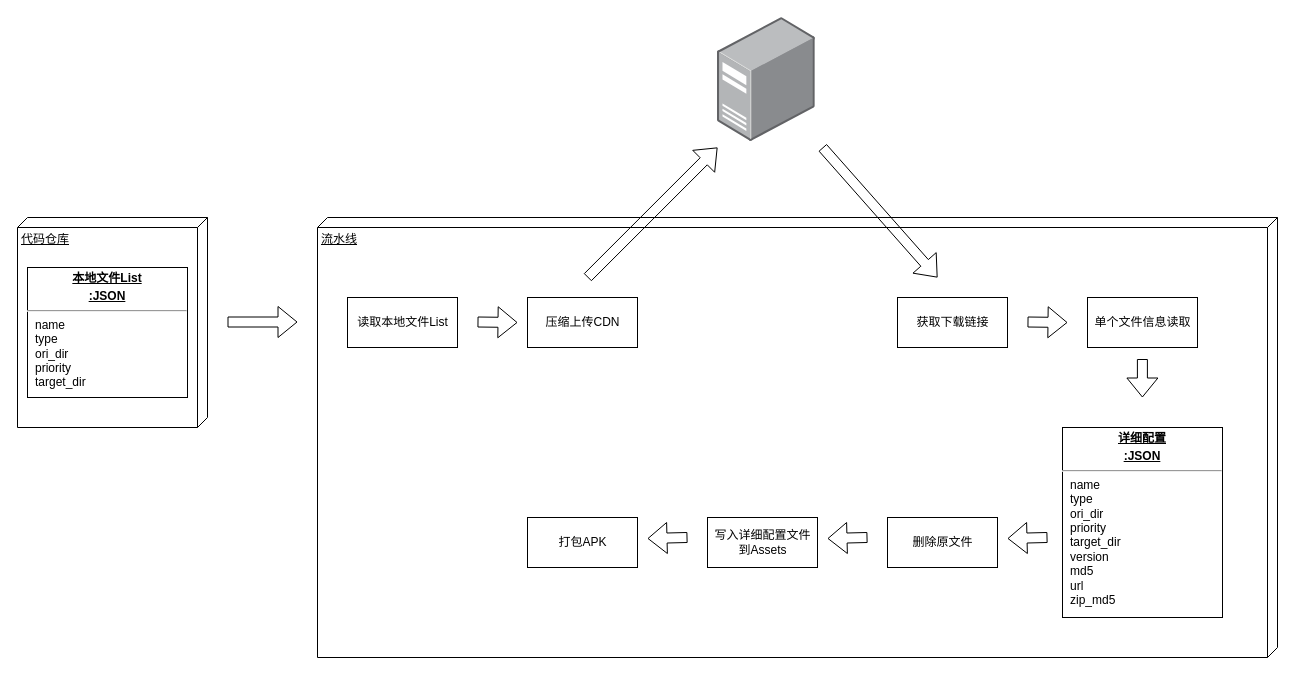
Above: page "Page-1" (1 of 2) of 后下载.drawio in wangziji/graphics (draw.io), before the change. Source tidied: cells renumbered, new cells numbered last; positions are measured from the earlier drawing's top-left corner, leaving out a move shared by most shapes. Both pictures are drawn from the tidied source at 100%, with x=0, y=0 at pixel (17, 17).
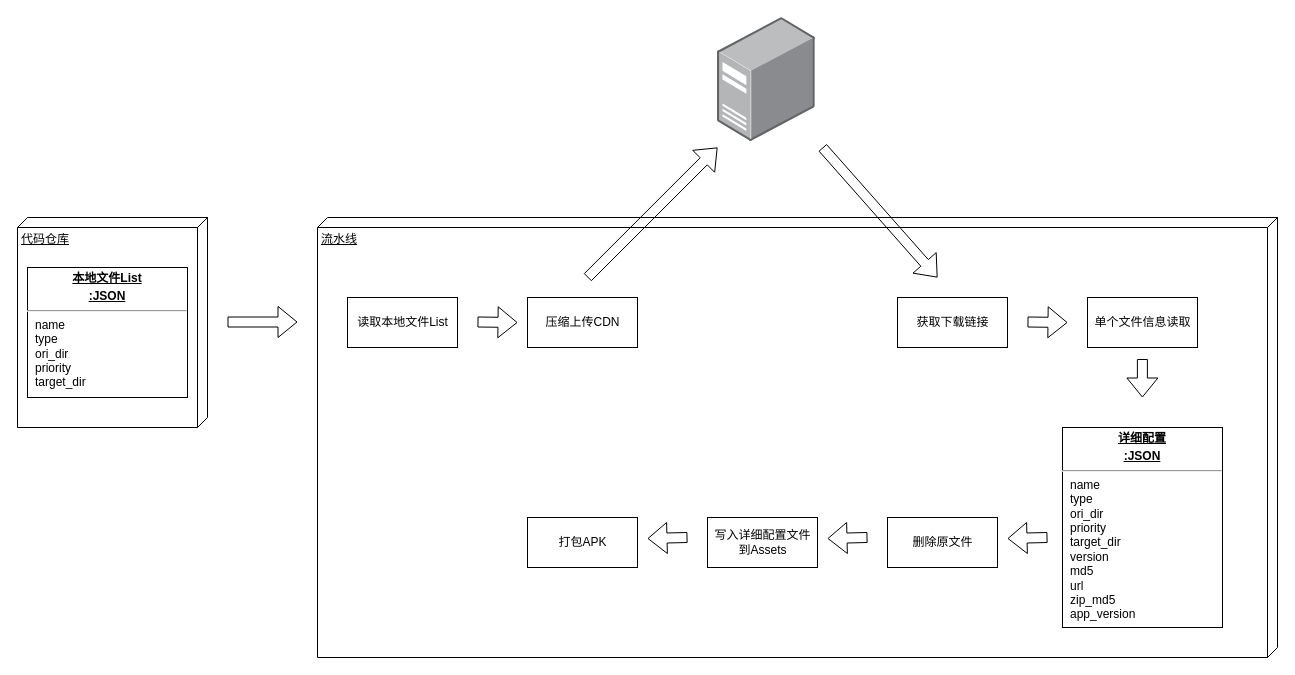
Above is the later version.

Diff of the diagram source:
```diff
@@
-    <mxCell id="13" value="&lt;p style=&quot;margin: 0px ; margin-top: 4px ; text-align: center ; text-decoration: underline&quot;&gt;&lt;b&gt;详细配置&lt;/b&gt;&lt;/p&gt;&lt;p style=&quot;margin: 0px ; margin-top: 4px ; text-align: center ; text-decoration: underline&quot;&gt;&lt;b&gt;:JSON&lt;/b&gt;&lt;/p&gt;&lt;hr&gt;&lt;p style=&quot;margin: 0px ; margin-left: 8px&quot;&gt;name&lt;/p&gt;&lt;p style=&quot;margin: 0px ; margin-left: 8px&quot;&gt;type&lt;/p&gt;&lt;p style=&quot;margin: 0px ; margin-left: 8px&quot;&gt;ori_dir&lt;/p&gt;&lt;p style=&quot;margin: 0px ; margin-left: 8px&quot;&gt;priority&lt;/p&gt;&lt;p style=&quot;margin: 0px ; margin-left: 8px&quot;&gt;target_dir&lt;/p&gt;&lt;p style=&quot;margin: 0px ; margin-left: 8px&quot;&gt;version&lt;/p&gt;&lt;p style=&quot;margin: 0px ; margin-left: 8px&quot;&gt;md5&lt;/p&gt;&lt;p style=&quot;margin: 0px ; margin-left: 8px&quot;&gt;url&lt;/p&gt;&lt;p style=&quot;margin: 0px ; margin-left: 8px&quot;&gt;zip_md5&lt;/p&gt;" style="verticalAlign=top;align=left;overflow=fill;fontSize=12;fontFamily=Helvetica;html=1;" parent="1" vertex="1">
-      <mxGeometry x="1045" y="410" width="160" height="190" as="geometry" />
+    <mxCell id="13" value="&lt;p style=&quot;margin: 0px ; margin-top: 4px ; text-align: center ; text-decoration: underline&quot;&gt;&lt;b&gt;详细配置&lt;/b&gt;&lt;/p&gt;&lt;p style=&quot;margin: 0px ; margin-top: 4px ; text-align: center ; text-decoration: underline&quot;&gt;&lt;b&gt;:JSON&lt;/b&gt;&lt;/p&gt;&lt;hr&gt;&lt;p style=&quot;margin: 0px ; margin-left: 8px&quot;&gt;name&lt;/p&gt;&lt;p style=&quot;margin: 0px ; margin-left: 8px&quot;&gt;type&lt;/p&gt;&lt;p style=&quot;margin: 0px ; margin-left: 8px&quot;&gt;ori_dir&lt;/p&gt;&lt;p style=&quot;margin: 0px ; margin-left: 8px&quot;&gt;priority&lt;/p&gt;&lt;p style=&quot;margin: 0px ; margin-left: 8px&quot;&gt;target_dir&lt;/p&gt;&lt;p style=&quot;margin: 0px ; margin-left: 8px&quot;&gt;version&lt;/p&gt;&lt;p style=&quot;margin: 0px ; margin-left: 8px&quot;&gt;md5&lt;/p&gt;&lt;p style=&quot;margin: 0px ; margin-left: 8px&quot;&gt;url&lt;/p&gt;&lt;p style=&quot;margin: 0px ; margin-left: 8px&quot;&gt;zip_md5&lt;/p&gt;&lt;p style=&quot;margin: 0px ; margin-left: 8px&quot;&gt;app_version&lt;/p&gt;" style="verticalAlign=top;align=left;overflow=fill;fontSize=12;fontFamily=Helvetica;html=1;" parent="1" vertex="1">
+      <mxGeometry x="1045" y="410" width="160" height="200" as="geometry" />
     </mxCell>
```
